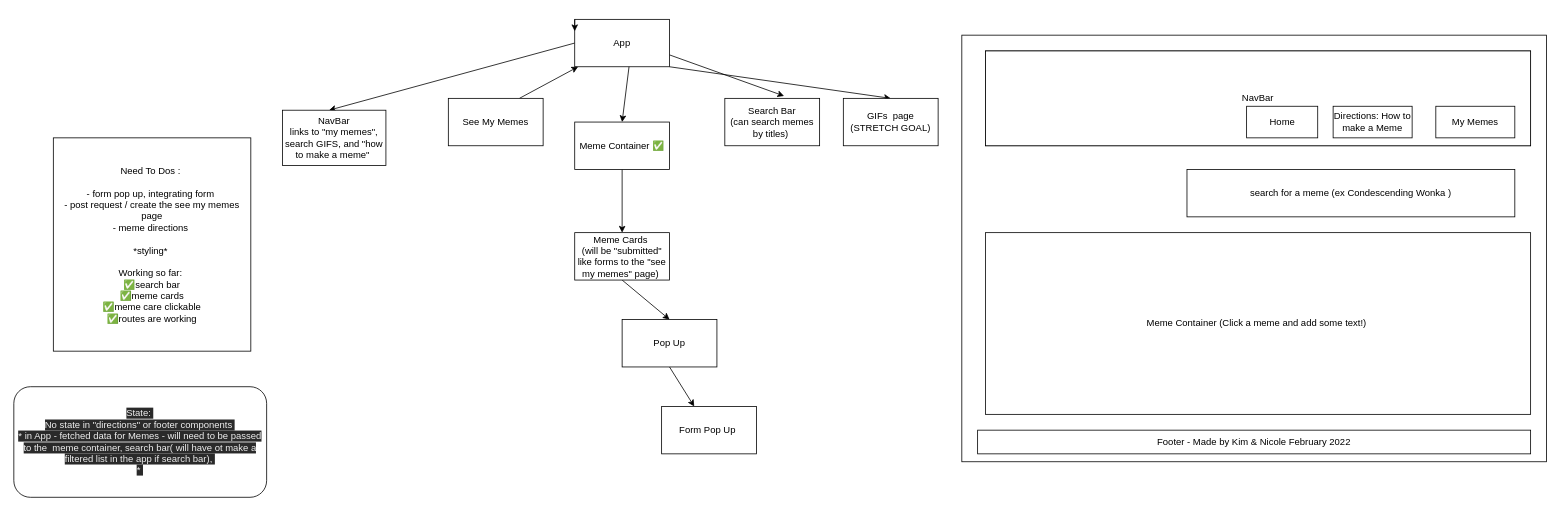
Before: src/hierarchy.drawio in kshayes78/Meme-app, a draw.io diagram. Source tidied: cells renumbered, new cells numbered last; positions are measured from the earlier drawing's top-left corner, leaving out a move shared by most shapes. Both pictures are drawn from the tidied source at 79%, with x=0, y=0 at pixel (13, 19).
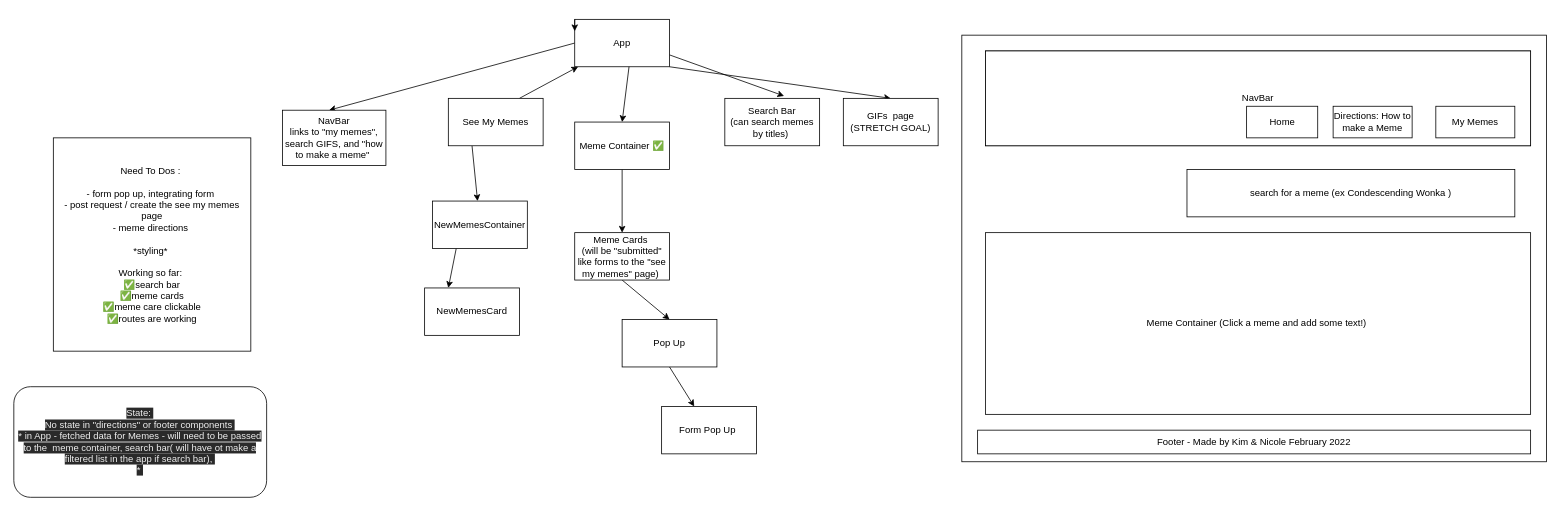
The same diagram, later.

The change refers to these unchanged cells:
```xml
<mxCell id="30" value="See My Memes" style="rounded=0;whiteSpace=wrap;html=1;" parent="1" vertex="1">
  <mxGeometry x="550" y="100" width="120" height="60" as="geometry" />
</mxCell>
```

Diff of the diagram source:
```diff
@@
+    <mxCell id="31" style="edgeStyle=none;html=1;exitX=0.25;exitY=1;exitDx=0;exitDy=0;" parent="1" edge="1" source="30" target="33">
+      <mxGeometry relative="1" as="geometry" />
+    </mxCell>
@@
+    <mxCell id="32" style="edgeStyle=none;html=1;exitX=0.25;exitY=1;exitDx=0;exitDy=0;entryX=0.25;entryY=0;entryDx=0;entryDy=0;" parent="1" edge="1" source="33" target="34">
+      <mxGeometry relative="1" as="geometry" />
+    </mxCell>
+    <mxCell id="33" value="NewMemesContainer" style="rounded=0;whiteSpace=wrap;html=1;" parent="1" vertex="1">
+      <mxGeometry x="530" y="230" width="120" height="60" as="geometry" />
+    </mxCell>
+    <mxCell id="34" value="NewMemesCard" style="rounded=0;whiteSpace=wrap;html=1;" parent="1" vertex="1">
+      <mxGeometry x="520" y="340" width="120" height="60" as="geometry" />
+    </mxCell>
```
